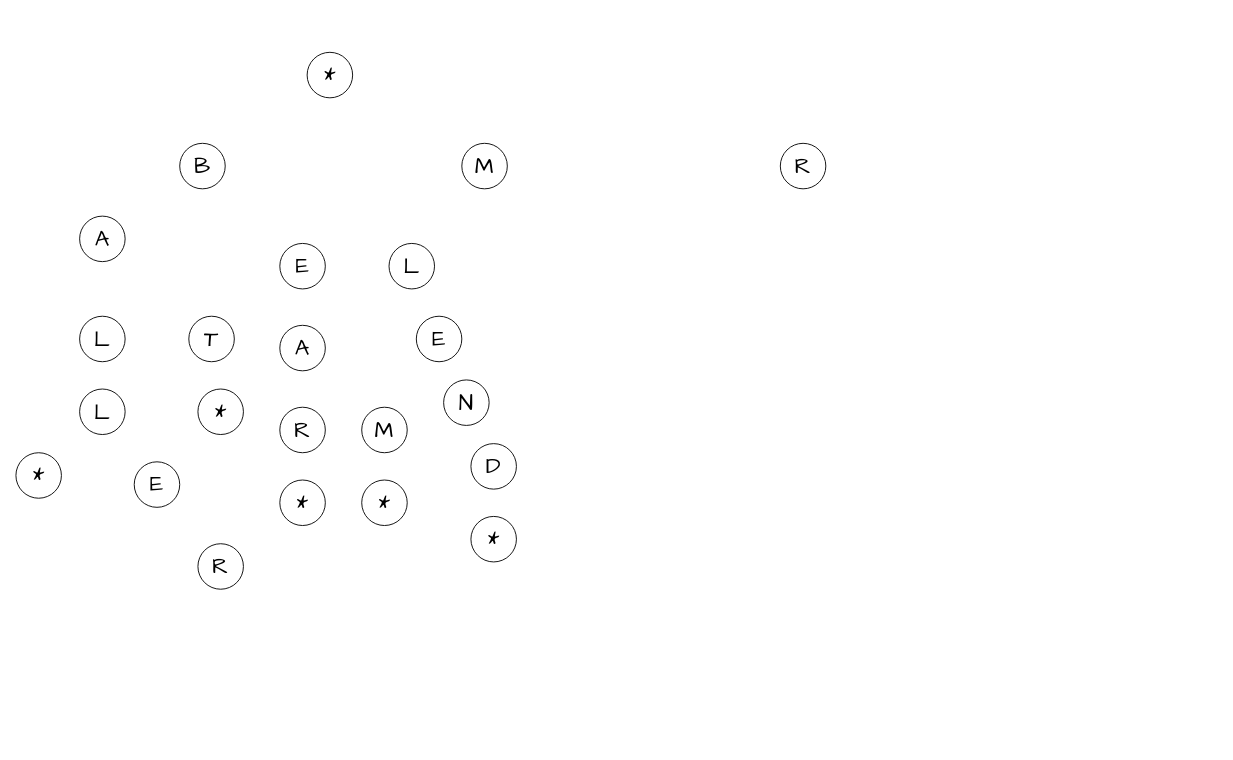
This is Trie.drawio from pietro-celati/Jellyfish-Merkle-Tree, a draw.io file, before an edit. Source tidied: cells renumbered, new cells numbered last; positions are measured from the earlier drawing's top-left corner, leaving out a move shared by most shapes. Both pictures are drawn from the tidied source at 91%, with x=0, y=0 at pixel (15, 52).
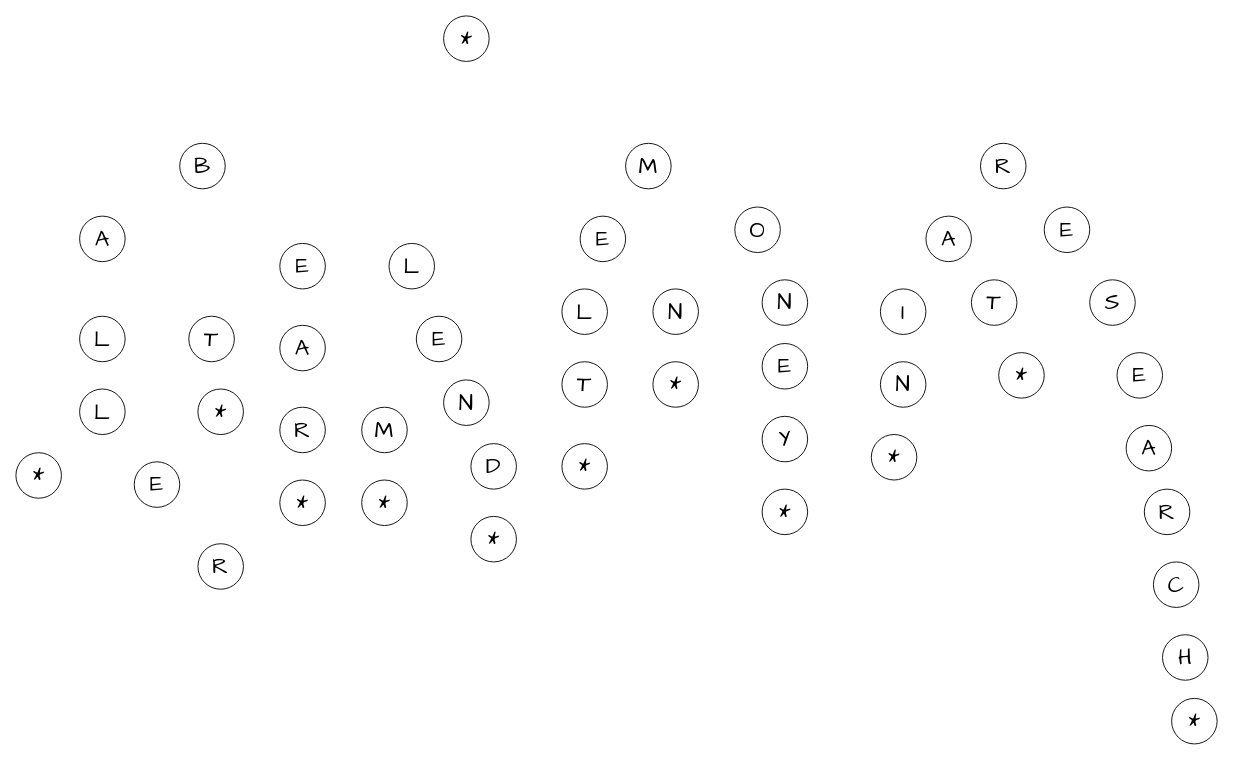
Above is the later version.

What changed in the source:
```diff
@@
     <mxCell id="2" value="&lt;font style=&quot;font-size: 25px;&quot; face=&quot;Comic Sans MS&quot;&gt;*&lt;/font&gt;" style="ellipse;whiteSpace=wrap;html=1;" parent="1" vertex="1">
-      <mxGeometry x="320" width="50" height="50" as="geometry" />
+      <mxGeometry x="470" y="-40" width="50" height="50" as="geometry" />
     </mxCell>
@@
     <mxCell id="4" value="&lt;font face=&quot;Comic Sans MS&quot;&gt;&lt;span style=&quot;font-size: 25px;&quot;&gt;R&lt;/span&gt;&lt;/font&gt;" style="ellipse;whiteSpace=wrap;html=1;" parent="1" vertex="1">
-      <mxGeometry x="840" y="100" width="50" height="50" as="geometry" />
+      <mxGeometry x="1060" y="100" width="50" height="50" as="geometry" />
     </mxCell>
     <mxCell id="5" value="&lt;font face=&quot;Comic Sans MS&quot;&gt;&lt;span style=&quot;font-size: 25px;&quot;&gt;M&lt;/span&gt;&lt;/font&gt;" style="ellipse;whiteSpace=wrap;html=1;" parent="1" vertex="1">
-      <mxGeometry x="490" y="100" width="50" height="50" as="geometry" />
+      <mxGeometry x="670" y="100" width="50" height="50" as="geometry" />
     </mxCell>
@@
+    <mxCell id="25" value="&lt;font face=&quot;Comic Sans MS&quot;&gt;&lt;span style=&quot;font-size: 25px;&quot;&gt;E&lt;/span&gt;&lt;/font&gt;" style="ellipse;whiteSpace=wrap;html=1;" parent="1" vertex="1">
+      <mxGeometry x="620" y="180" width="50" height="50" as="geometry" />
+    </mxCell>
+    <mxCell id="26" value="&lt;font face=&quot;Comic Sans MS&quot;&gt;&lt;span style=&quot;font-size: 25px;&quot;&gt;L&lt;/span&gt;&lt;/font&gt;" style="ellipse;whiteSpace=wrap;html=1;" parent="1" vertex="1">
+      <mxGeometry x="600" y="260" width="50" height="50" as="geometry" />
+    </mxCell>
+    <mxCell id="27" value="&lt;font face=&quot;Comic Sans MS&quot;&gt;&lt;span style=&quot;font-size: 25px;&quot;&gt;T&lt;/span&gt;&lt;/font&gt;" style="ellipse;whiteSpace=wrap;html=1;" parent="1" vertex="1">
+      <mxGeometry x="600" y="340" width="50" height="50" as="geometry" />
+    </mxCell>
+    <mxCell id="28" value="&lt;font face=&quot;Comic Sans MS&quot;&gt;&lt;span style=&quot;font-size: 25px;&quot;&gt;*&lt;/span&gt;&lt;/font&gt;" style="ellipse;whiteSpace=wrap;html=1;" parent="1" vertex="1">
+      <mxGeometry x="600" y="430" width="50" height="50" as="geometry" />
+    </mxCell>
+    <mxCell id="29" value="&lt;font face=&quot;Comic Sans MS&quot;&gt;&lt;span style=&quot;font-size: 25px;&quot;&gt;N&lt;/span&gt;&lt;/font&gt;" style="ellipse;whiteSpace=wrap;html=1;" parent="1" vertex="1">
+      <mxGeometry x="700" y="260" width="50" height="50" as="geometry" />
+    </mxCell>
+    <mxCell id="30" value="&lt;font face=&quot;Comic Sans MS&quot;&gt;&lt;span style=&quot;font-size: 25px;&quot;&gt;*&lt;/span&gt;&lt;/font&gt;" style="ellipse;whiteSpace=wrap;html=1;" parent="1" vertex="1">
+      <mxGeometry x="700" y="340" width="50" height="50" as="geometry" />
+    </mxCell>
+    <mxCell id="31" value="&lt;font face=&quot;Comic Sans MS&quot;&gt;&lt;span style=&quot;font-size: 25px;&quot;&gt;O&lt;/span&gt;&lt;/font&gt;" style="ellipse;whiteSpace=wrap;html=1;" parent="1" vertex="1">
+      <mxGeometry x="790" y="170" width="50" height="50" as="geometry" />
+    </mxCell>
+    <mxCell id="32" value="&lt;font face=&quot;Comic Sans MS&quot;&gt;&lt;span style=&quot;font-size: 25px;&quot;&gt;N&lt;/span&gt;&lt;/font&gt;" style="ellipse;whiteSpace=wrap;html=1;" parent="1" vertex="1">
+      <mxGeometry x="820" y="250" width="50" height="50" as="geometry" />
+    </mxCell>
+    <mxCell id="33" value="&lt;font face=&quot;Comic Sans MS&quot;&gt;&lt;span style=&quot;font-size: 25px;&quot;&gt;E&lt;/span&gt;&lt;/font&gt;" style="ellipse;whiteSpace=wrap;html=1;" parent="1" vertex="1">
+      <mxGeometry x="820" y="320" width="50" height="50" as="geometry" />
+    </mxCell>
+    <mxCell id="34" value="&lt;font face=&quot;Comic Sans MS&quot;&gt;&lt;span style=&quot;font-size: 25px;&quot;&gt;Y&lt;/span&gt;&lt;/font&gt;" style="ellipse;whiteSpace=wrap;html=1;" parent="1" vertex="1">
+      <mxGeometry x="820" y="400" width="50" height="50" as="geometry" />
+    </mxCell>
+    <mxCell id="35" value="&lt;font face=&quot;Comic Sans MS&quot;&gt;&lt;span style=&quot;font-size: 25px;&quot;&gt;*&lt;/span&gt;&lt;/font&gt;" style="ellipse;whiteSpace=wrap;html=1;" parent="1" vertex="1">
+      <mxGeometry x="820" y="480" width="50" height="50" as="geometry" />
+    </mxCell>
+    <mxCell id="36" value="&lt;font face=&quot;Comic Sans MS&quot;&gt;&lt;span style=&quot;font-size: 25px;&quot;&gt;A&lt;/span&gt;&lt;/font&gt;" style="ellipse;whiteSpace=wrap;html=1;" parent="1" vertex="1">
+      <mxGeometry x="1000" y="180" width="50" height="50" as="geometry" />
+    </mxCell>
+    <mxCell id="37" value="&lt;font face=&quot;Comic Sans MS&quot;&gt;&lt;span style=&quot;font-size: 25px;&quot;&gt;I&lt;/span&gt;&lt;/font&gt;" style="ellipse;whiteSpace=wrap;html=1;" parent="1" vertex="1">
+      <mxGeometry x="950" y="260" width="50" height="50" as="geometry" />
+    </mxCell>
+    <mxCell id="38" value="&lt;font face=&quot;Comic Sans MS&quot;&gt;&lt;span style=&quot;font-size: 25px;&quot;&gt;N&lt;/span&gt;&lt;/font&gt;" style="ellipse;whiteSpace=wrap;html=1;" parent="1" vertex="1">
+      <mxGeometry x="950" y="340" width="50" height="50" as="geometry" />
+    </mxCell>
+    <mxCell id="39" value="&lt;font face=&quot;Comic Sans MS&quot;&gt;&lt;span style=&quot;font-size: 25px;&quot;&gt;*&lt;/span&gt;&lt;/font&gt;" style="ellipse;whiteSpace=wrap;html=1;" parent="1" vertex="1">
+      <mxGeometry x="940" y="420" width="50" height="50" as="geometry" />
+    </mxCell>
+    <mxCell id="40" value="&lt;font face=&quot;Comic Sans MS&quot;&gt;&lt;span style=&quot;font-size: 25px;&quot;&gt;T&lt;/span&gt;&lt;/font&gt;" style="ellipse;whiteSpace=wrap;html=1;" parent="1" vertex="1">
+      <mxGeometry x="1050" y="250" width="50" height="50" as="geometry" />
+    </mxCell>
+    <mxCell id="41" value="&lt;font face=&quot;Comic Sans MS&quot;&gt;&lt;span style=&quot;font-size: 25px;&quot;&gt;*&lt;/span&gt;&lt;/font&gt;" style="ellipse;whiteSpace=wrap;html=1;" parent="1" vertex="1">
+      <mxGeometry x="1080" y="330" width="50" height="50" as="geometry" />
+    </mxCell>
+    <mxCell id="42" value="&lt;font face=&quot;Comic Sans MS&quot;&gt;&lt;span style=&quot;font-size: 25px;&quot;&gt;E&lt;/span&gt;&lt;/font&gt;" style="ellipse;whiteSpace=wrap;html=1;" parent="1" vertex="1">
+      <mxGeometry x="1130" y="170" width="50" height="50" as="geometry" />
+    </mxCell>
+    <mxCell id="43" value="&lt;font face=&quot;Comic Sans MS&quot;&gt;&lt;span style=&quot;font-size: 25px;&quot;&gt;S&lt;/span&gt;&lt;/font&gt;" style="ellipse;whiteSpace=wrap;html=1;" parent="1" vertex="1">
+      <mxGeometry x="1180" y="250" width="50" height="50" as="geometry" />
+    </mxCell>
+    <mxCell id="44" value="&lt;font face=&quot;Comic Sans MS&quot;&gt;&lt;span style=&quot;font-size: 25px;&quot;&gt;E&lt;/span&gt;&lt;/font&gt;" style="ellipse;whiteSpace=wrap;html=1;" parent="1" vertex="1">
+      <mxGeometry x="1210" y="330" width="50" height="50" as="geometry" />
+    </mxCell>
+    <mxCell id="45" value="&lt;font face=&quot;Comic Sans MS&quot;&gt;&lt;span style=&quot;font-size: 25px;&quot;&gt;A&lt;/span&gt;&lt;/font&gt;" style="ellipse;whiteSpace=wrap;html=1;" parent="1" vertex="1">
+      <mxGeometry x="1220" y="410" width="50" height="50" as="geometry" />
+    </mxCell>
+    <mxCell id="46" value="&lt;font face=&quot;Comic Sans MS&quot;&gt;&lt;span style=&quot;font-size: 25px;&quot;&gt;R&lt;/span&gt;&lt;/font&gt;" style="ellipse;whiteSpace=wrap;html=1;" parent="1" vertex="1">
+      <mxGeometry x="1240" y="480" width="50" height="50" as="geometry" />
+    </mxCell>
+    <mxCell id="47" value="&lt;font face=&quot;Comic Sans MS&quot;&gt;&lt;span style=&quot;font-size: 25px;&quot;&gt;C&lt;/span&gt;&lt;/font&gt;" style="ellipse;whiteSpace=wrap;html=1;" parent="1" vertex="1">
+      <mxGeometry x="1250" y="560" width="50" height="50" as="geometry" />
+    </mxCell>
+    <mxCell id="48" value="&lt;font face=&quot;Comic Sans MS&quot;&gt;&lt;span style=&quot;font-size: 25px;&quot;&gt;H&lt;/span&gt;&lt;/font&gt;" style="ellipse;whiteSpace=wrap;html=1;" parent="1" vertex="1">
+      <mxGeometry x="1260" y="640" width="50" height="50" as="geometry" />
+    </mxCell>
+    <mxCell id="49" value="&lt;font face=&quot;Comic Sans MS&quot;&gt;&lt;span style=&quot;font-size: 25px;&quot;&gt;*&lt;/span&gt;&lt;/font&gt;" style="ellipse;whiteSpace=wrap;html=1;" parent="1" vertex="1">
+      <mxGeometry x="1270" y="710" width="50" height="50" as="geometry" />
+    </mxCell>
```
